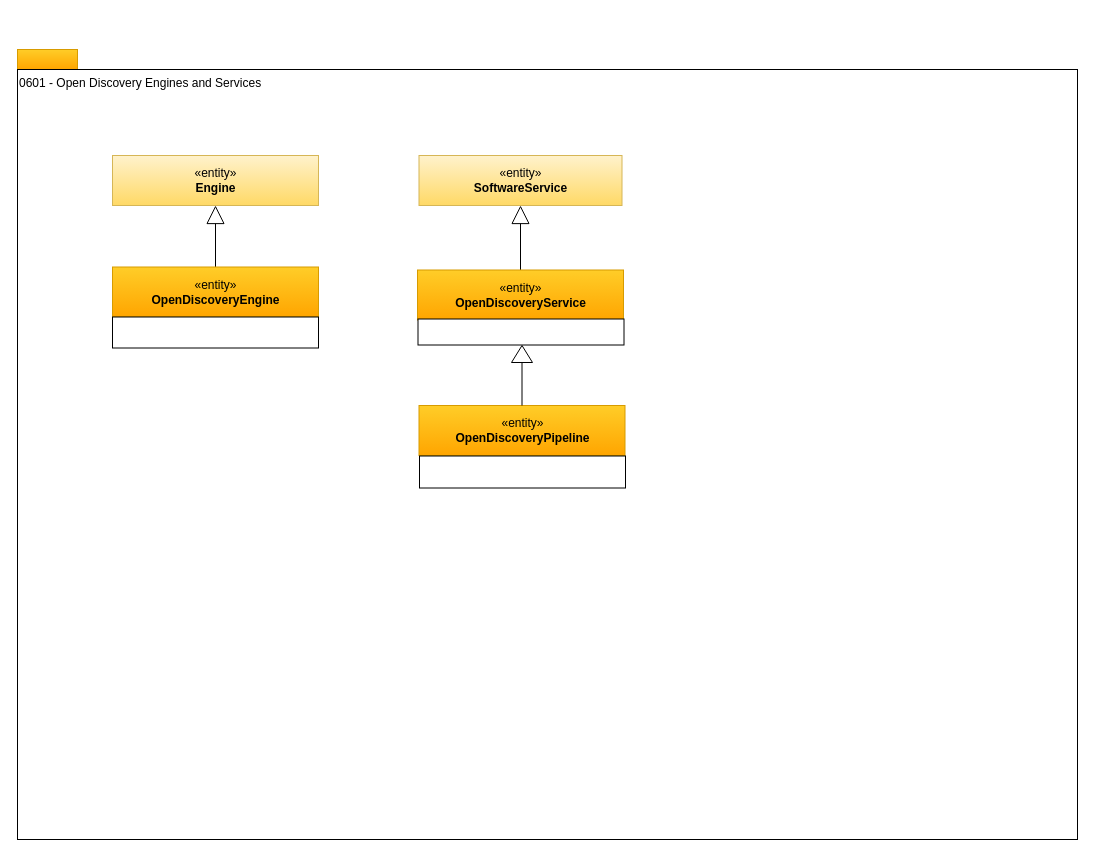
odpi/egeria-docs keeps this draw.io diagram as page "0601-Open-Discovery-Engine" (2 of 17) of site/docs/types/6/area-6-discovery.drawio. Above is the earlier version. Source tidied: cells renumbered, new cells numbered last; positions are measured from the earlier drawing's top-left corner, leaving out a move shared by most shapes. Both pictures are drawn from the tidied source at 100%, with x=0, y=0 at pixel (17, 49).
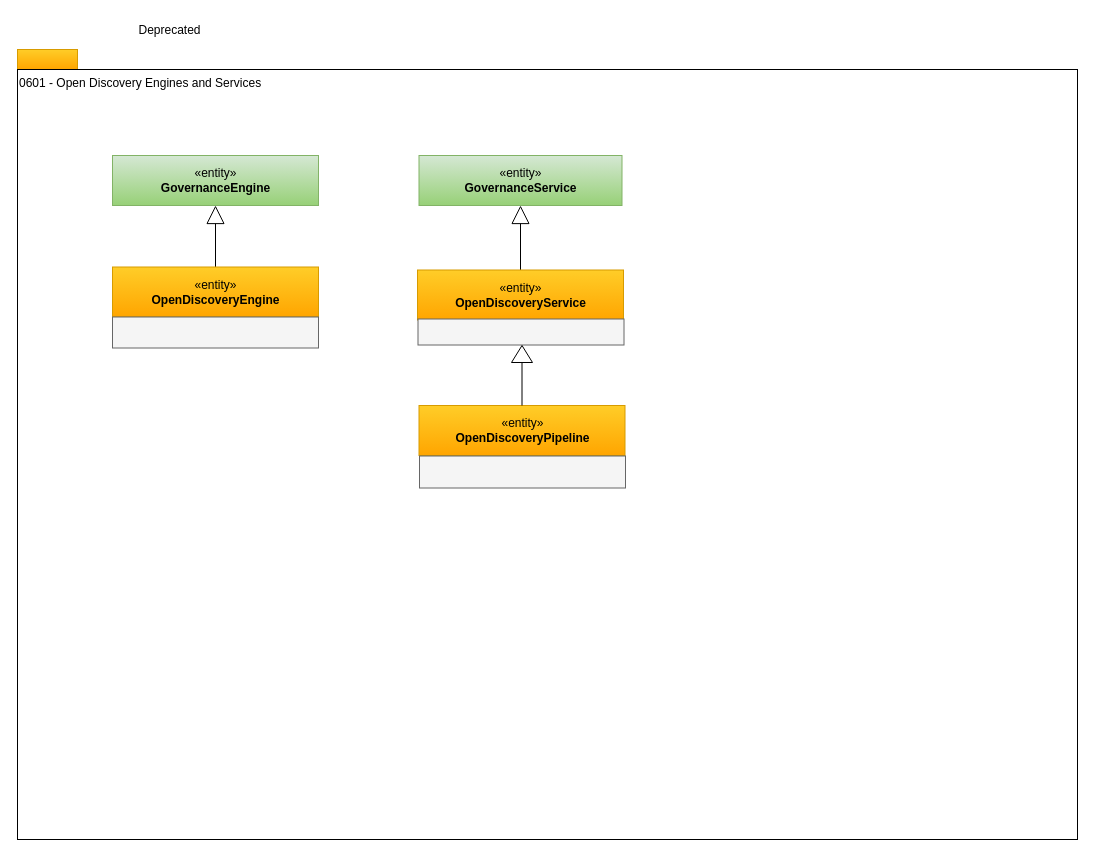
Above is the later version.

What changed in the source:
```diff
@@
 <mxGraphModel>
   <root>
-    <mxCell id="0" />
-    <mxCell id="1" parent="0" />
+    <mxCell id="16" />
+    <mxCell id="17" parent="16" />
-    <mxCell id="2" style="rounded=0;whiteSpace=wrap;html=1;align=left;fillColor=#ffcd28;strokeColor=#d79b00;gradientColor=#ffa500;" parent="1" vertex="1">
+    <mxCell id="2" style="rounded=0;whiteSpace=wrap;html=1;align=left;fillColor=#ffcd28;strokeColor=#d79b00;gradientColor=#ffa500;" parent="17" vertex="1">
       <mxGeometry width="60" height="20" as="geometry" />
     </mxCell>
-    <mxCell id="3" value="0601 - Open Discovery Engines and Services" style="rounded=0;whiteSpace=wrap;html=1;align=left;verticalAlign=top;" parent="1" vertex="1">
+    <mxCell id="3" value="0601 - Open Discovery Engines and Services" style="rounded=0;whiteSpace=wrap;html=1;align=left;verticalAlign=top;" parent="17" vertex="1">
       <mxGeometry y="20" width="1060" height="770" as="geometry" />
     </mxCell>
-    <mxCell id="4" style="edgeStyle=orthogonalEdgeStyle;rounded=0;jettySize=auto;html=1;exitX=0.5;exitY=0;exitDx=0;exitDy=0;entryX=0.5;entryY=1;entryDx=0;entryDy=0;endArrow=block;endFill=0;endSize=16;" parent="1" edge="1" source="5" target="7">
-      <mxGeometry relative="1" as="geometry" />
-    </mxCell>
+    <mxCell id="18" style="edgeStyle=orthogonalEdgeStyle;rounded=0;jettySize=auto;html=1;exitX=0.5;exitY=0;exitDx=0;exitDy=0;entryX=0.5;entryY=1;entryDx=0;entryDy=0;endArrow=block;endFill=0;endSize=16;" parent="17" edge="1" source="5" target="20">
+      <mxGeometry relative="1" as="geometry" />
+    </mxCell>
-    <mxCell id="5" value="«entity»&lt;br&gt;&lt;b&gt;OpenDiscoveryEngine&lt;/b&gt;" style="html=1;strokeColor=#d79b00;align=center;fillColor=#ffcd28;gradientColor=#ffa500;" parent="1" vertex="1">
+    <mxCell id="5" value="«entity»&lt;br&gt;&lt;b&gt;OpenDiscoveryEngine&lt;/b&gt;" style="html=1;strokeColor=#d79b00;align=center;fillColor=#ffcd28;gradientColor=#ffa500;" parent="17" vertex="1">
       <mxGeometry x="95" y="217.5" width="206" height="50" as="geometry" />
     </mxCell>
-    <mxCell id="6" style="rounded=0;whiteSpace=wrap;html=1;strokeColor=#000000;gradientColor=#ffffff;align=center;" parent="1" vertex="1">
-      <mxGeometry x="95" y="267.5" width="206" height="31" as="geometry" />
-    </mxCell>
-    <mxCell id="7" value="«entity»&lt;br&gt;&lt;b&gt;Engine&lt;/b&gt;" style="html=1;strokeColor=#d6b656;align=center;fillColor=#fff2cc;gradientColor=#ffd966;" parent="1" vertex="1">
-      <mxGeometry x="95" y="106" width="206" height="50" as="geometry" />
-    </mxCell>
-    <mxCell id="8" style="edgeStyle=orthogonalEdgeStyle;rounded=0;jettySize=auto;html=1;exitX=0.5;exitY=0;exitDx=0;exitDy=0;endArrow=block;endFill=0;endSize=16;" parent="1" edge="1" source="9" target="11">
-      <mxGeometry relative="1" as="geometry" />
-    </mxCell>
+    <mxCell id="19" style="rounded=0;whiteSpace=wrap;html=1;strokeColor=#666666;align=center;fillColor=#f5f5f5;fontColor=#333333;" parent="17" vertex="1">
+      <mxGeometry x="95" y="267.5" width="206" height="31" as="geometry" />
+    </mxCell>
+    <mxCell id="20" value="«entity»&lt;br&gt;&lt;b&gt;GovernanceEngine&lt;/b&gt;" style="html=1;strokeColor=#82b366;align=center;fillColor=#d5e8d4;gradientColor=#97d077;" parent="17" vertex="1">
+      <mxGeometry x="95" y="106" width="206" height="50" as="geometry" />
+    </mxCell>
+    <mxCell id="21" style="edgeStyle=orthogonalEdgeStyle;rounded=0;jettySize=auto;html=1;exitX=0.5;exitY=0;exitDx=0;exitDy=0;endArrow=block;endFill=0;endSize=16;" parent="17" edge="1" source="9" target="23">
+      <mxGeometry relative="1" as="geometry" />
+    </mxCell>
-    <mxCell id="9" value="«entity»&lt;br&gt;&lt;b&gt;OpenDiscoveryService&lt;/b&gt;" style="html=1;strokeColor=#d79b00;align=center;fillColor=#ffcd28;gradientColor=#ffa500;" parent="1" vertex="1">
+    <mxCell id="9" value="«entity»&lt;br&gt;&lt;b&gt;OpenDiscoveryService&lt;/b&gt;" style="html=1;strokeColor=#d79b00;align=center;fillColor=#ffcd28;gradientColor=#ffa500;" parent="17" vertex="1">
       <mxGeometry x="400" y="220.5" width="206" height="50" as="geometry" />
     </mxCell>
-    <mxCell id="10" style="rounded=0;whiteSpace=wrap;html=1;strokeColor=#000000;gradientColor=#ffffff;align=left;" parent="1" vertex="1">
-      <mxGeometry x="400.5" y="269.5" width="206" height="26" as="geometry" />
-    </mxCell>
-    <mxCell id="11" value="«entity»&lt;br&gt;&lt;b&gt;SoftwareService&lt;/b&gt;" style="html=1;strokeColor=#d6b656;align=center;fillColor=#fff2cc;gradientColor=#ffd966;" parent="1" vertex="1">
-      <mxGeometry x="401.5" y="106" width="203" height="50" as="geometry" />
-    </mxCell>
+    <mxCell id="22" style="rounded=0;whiteSpace=wrap;html=1;strokeColor=#666666;align=left;fillColor=#f5f5f5;fontColor=#333333;" parent="17" vertex="1">
+      <mxGeometry x="400.5" y="269.5" width="206" height="26" as="geometry" />
+    </mxCell>
+    <mxCell id="23" value="«entity»&lt;br&gt;&lt;b&gt;GovernanceService&lt;/b&gt;" style="html=1;strokeColor=#82b366;align=center;fillColor=#d5e8d4;gradientColor=#97d077;" parent="17" vertex="1">
+      <mxGeometry x="401.5" y="106" width="203" height="50" as="geometry" />
+    </mxCell>
-    <mxCell id="12" value="«entity»&lt;br&gt;&lt;b&gt;OpenDiscoveryPipeline&lt;/b&gt;" style="html=1;strokeColor=#d79b00;align=center;fillColor=#ffcd28;gradientColor=#ffa500;" parent="1" vertex="1">
+    <mxCell id="12" value="«entity»&lt;br&gt;&lt;b&gt;OpenDiscoveryPipeline&lt;/b&gt;" style="html=1;strokeColor=#d79b00;align=center;fillColor=#ffcd28;gradientColor=#ffa500;" parent="17" vertex="1">
       <mxGeometry x="401.5" y="356" width="206" height="50" as="geometry" />
     </mxCell>
-    <mxCell id="13" style="rounded=0;whiteSpace=wrap;html=1;strokeColor=#000000;gradientColor=#ffffff;align=left;" parent="1" vertex="1">
-      <mxGeometry x="402" y="406.5" width="206" height="32" as="geometry" />
-    </mxCell>
+    <mxCell id="24" style="rounded=0;whiteSpace=wrap;html=1;strokeColor=#666666;align=left;fillColor=#f5f5f5;fontColor=#333333;" parent="17" vertex="1">
+      <mxGeometry x="402" y="406.5" width="206" height="32" as="geometry" />
+    </mxCell>
-    <mxCell id="14" style="edgeStyle=orthogonalEdgeStyle;rounded=0;html=1;exitX=0;exitY=0.5;endArrow=none;endFill=0;jettySize=auto;entryX=0.5;entryY=0;" parent="1" edge="1" source="15" target="12">
+    <mxCell id="14" style="edgeStyle=orthogonalEdgeStyle;rounded=0;html=1;exitX=0;exitY=0.5;endArrow=none;endFill=0;jettySize=auto;entryX=0.5;entryY=0;" parent="17" edge="1" source="15" target="12">
       <mxGeometry relative="1" as="geometry" />
     </mxCell>
-    <mxCell id="15" style="triangle;whiteSpace=wrap;html=1;strokeColor=#000000;gradientColor=#ffffff;align=center;rotation=-90;" parent="1" vertex="1">
+    <mxCell id="15" style="triangle;whiteSpace=wrap;html=1;strokeColor=#000000;gradientColor=#ffffff;align=center;rotation=-90;" parent="17" vertex="1">
       <mxGeometry x="496" y="294" width="17" height="21" as="geometry" />
     </mxCell>
+    <mxCell id="25" value="Deprecated" style="text;html=1;align=center;verticalAlign=middle;strokeColor=none;fillColor=none;" parent="17" vertex="1">
+      <mxGeometry x="112" y="-32" width="80" height="26" as="geometry" />
+    </mxCell>
   </root>
 </mxGraphModel>
```
